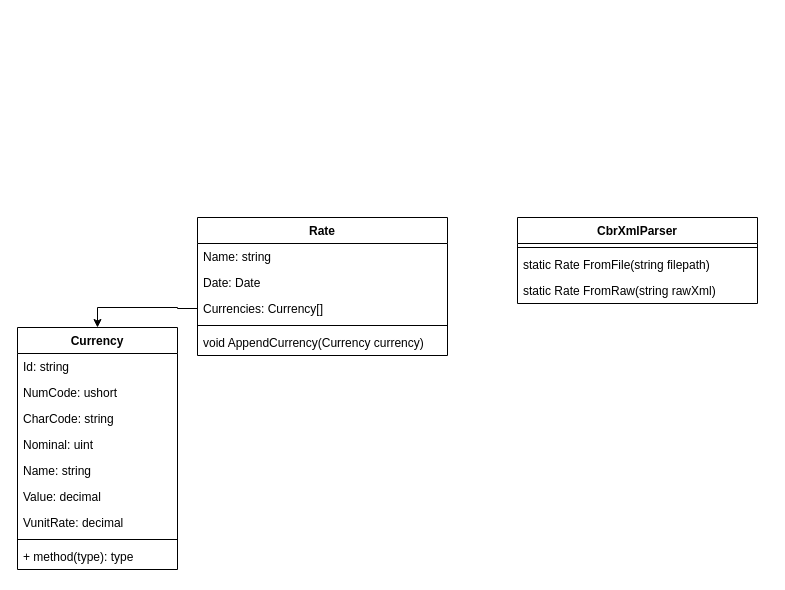
This is Cbr/docs/CbrArchitecture.drawio from alozhka/TLOnboarding, a draw.io file, before an edit. Source tidied: cells renumbered, new cells numbered last; positions are measured from the earlier drawing's top-left corner, leaving out a move shared by most shapes. Both pictures are drawn from the tidied source at 100%, with x=0, y=0 at pixel (17, 217).
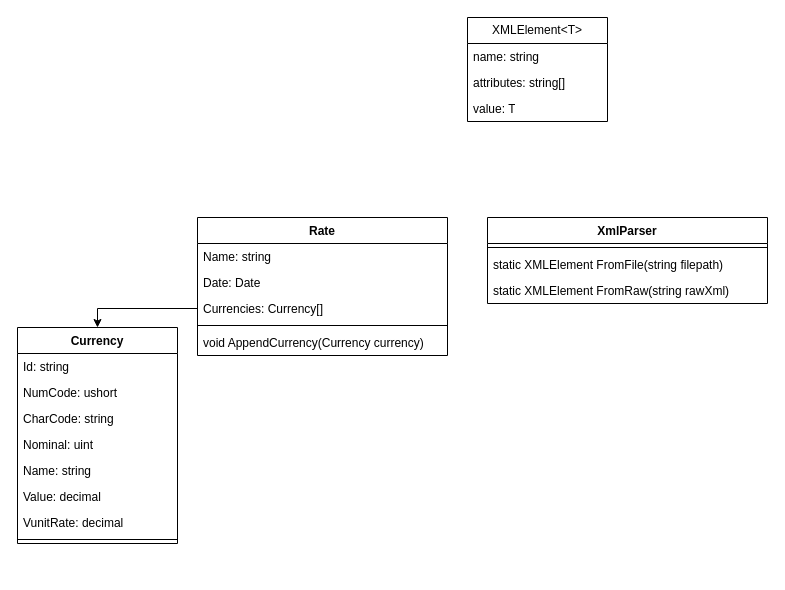
Above is the later version.

Commit message:
Обновил архитектуру парсинга

The change refers to these unchanged cells:
```xml
<mxCell id="15" value="Currencies: Currency[]" style="text;strokeColor=none;fillColor=none;align=left;verticalAlign=top;spacingLeft=4;spacingRight=4;overflow=hidden;points=[[0,0.5],[1,0.5]];portConstraint=eastwest;whiteSpace=wrap;html=1;" parent="12" vertex="1">
  <mxGeometry y="78" width="250" height="26" as="geometry" />
</mxCell>
```

What changed in the source:
```diff
@@
     <mxCell id="2" value="Currency" style="swimlane;fontStyle=1;align=center;verticalAlign=top;horizontal=1;startSize=26;whiteSpace=wrap;html=1;" parent="1" vertex="1">
-      <mxGeometry y="110" width="160" height="242" as="geometry" />
+      <mxGeometry y="110" width="160" height="216" as="geometry" />
     </mxCell>
@@
-    <mxCell id="11" value="+ method(type): type" style="text;strokeColor=none;fillColor=none;align=left;verticalAlign=top;spacingLeft=4;spacingRight=4;overflow=hidden;whiteSpace=wrap;html=1;" parent="2" vertex="1">
-      <mxGeometry y="216" width="160" height="26" as="geometry" />
-    </mxCell>
@@
     <mxCell id="18" style="edgeStyle=orthogonalEdgeStyle;rounded=0;jettySize=auto;html=1;exitX=0;exitY=0.5;exitDx=0;exitDy=0;entryX=0.5;entryY=0;entryDx=0;entryDy=0;" parent="1" edge="1" source="15" target="2">
-      <mxGeometry relative="1" as="geometry" />
+      <mxGeometry relative="1" as="geometry">
+        <Array as="points">
+          <mxPoint x="80" y="91" />
+        </Array>
+      </mxGeometry>
     </mxCell>
-    <mxCell id="19" value="CbrXmlParser" style="swimlane;fontStyle=1;align=center;verticalAlign=top;horizontal=1;startSize=26;whiteSpace=wrap;html=1;" parent="1" vertex="1">
-      <mxGeometry x="500" width="240" height="86" as="geometry" />
+    <mxCell id="19" value="XmlParser" style="swimlane;fontStyle=1;align=center;verticalAlign=top;horizontal=1;startSize=26;whiteSpace=wrap;html=1;" parent="1" vertex="1">
+      <mxGeometry x="470" width="280" height="86" as="geometry" />
     </mxCell>
     <mxCell id="20" style="line;strokeWidth=1;fillColor=none;align=left;verticalAlign=middle;spacingTop=-1;spacingLeft=3;spacingRight=3;labelPosition=right;strokeColor=inherit;" parent="19" vertex="1">
-      <mxGeometry y="26" width="240" height="8" as="geometry" />
+      <mxGeometry y="26" width="280" height="8" as="geometry" />
     </mxCell>
-    <mxCell id="21" value="static Rate FromFile(string filepath)" style="text;strokeColor=none;fillColor=none;align=left;verticalAlign=top;spacingLeft=4;spacingRight=4;overflow=hidden;whiteSpace=wrap;html=1;" parent="19" vertex="1">
-      <mxGeometry y="34" width="240" height="26" as="geometry" />
+    <mxCell id="21" value="static XMLElement FromFile(string filepath)" style="text;strokeColor=none;fillColor=none;align=left;verticalAlign=top;spacingLeft=4;spacingRight=4;overflow=hidden;whiteSpace=wrap;html=1;" parent="19" vertex="1">
+      <mxGeometry y="34" width="280" height="26" as="geometry" />
     </mxCell>
-    <mxCell id="22" value="static Rate FromRaw(string rawXml)&lt;span style=&quot;white-space: pre;&quot;&gt;&#9;&lt;/span&gt;" style="text;strokeColor=none;fillColor=none;align=left;verticalAlign=top;spacingLeft=4;spacingRight=4;overflow=hidden;whiteSpace=wrap;html=1;" parent="19" vertex="1">
-      <mxGeometry y="60" width="240" height="26" as="geometry" />
+    <mxCell id="22" value="static XMLElement&amp;nbsp;FromRaw(string rawXml)&lt;span style=&quot;white-space: pre;&quot;&gt;&#9;&lt;/span&gt;" style="text;strokeColor=none;fillColor=none;align=left;verticalAlign=top;spacingLeft=4;spacingRight=4;overflow=hidden;whiteSpace=wrap;html=1;" parent="19" vertex="1">
+      <mxGeometry y="60" width="280" height="26" as="geometry" />
     </mxCell>
+    <mxCell id="23" value="XMLElement&amp;lt;T&amp;gt;" style="swimlane;fontStyle=0;horizontal=1;startSize=26;fillColor=none;whiteSpace=wrap;html=1;" parent="1" vertex="1">
+      <mxGeometry x="450" y="-200" width="140" height="104" as="geometry" />
+    </mxCell>
+    <mxCell id="24" value="name: string" style="text;strokeColor=none;fillColor=none;align=left;verticalAlign=top;spacingLeft=4;spacingRight=4;overflow=hidden;whiteSpace=wrap;html=1;" parent="23" vertex="1">
+      <mxGeometry y="26" width="140" height="26" as="geometry" />
+    </mxCell>
+    <mxCell id="25" value="attributes: string[]" style="text;strokeColor=none;fillColor=none;align=left;verticalAlign=top;spacingLeft=4;spacingRight=4;overflow=hidden;whiteSpace=wrap;html=1;" parent="23" vertex="1">
+      <mxGeometry y="52" width="140" height="26" as="geometry" />
+    </mxCell>
+    <mxCell id="26" value="value: T" style="text;strokeColor=none;fillColor=none;align=left;verticalAlign=top;spacingLeft=4;spacingRight=4;overflow=hidden;whiteSpace=wrap;html=1;" parent="23" vertex="1">
+      <mxGeometry y="78" width="140" height="26" as="geometry" />
+    </mxCell>
```
